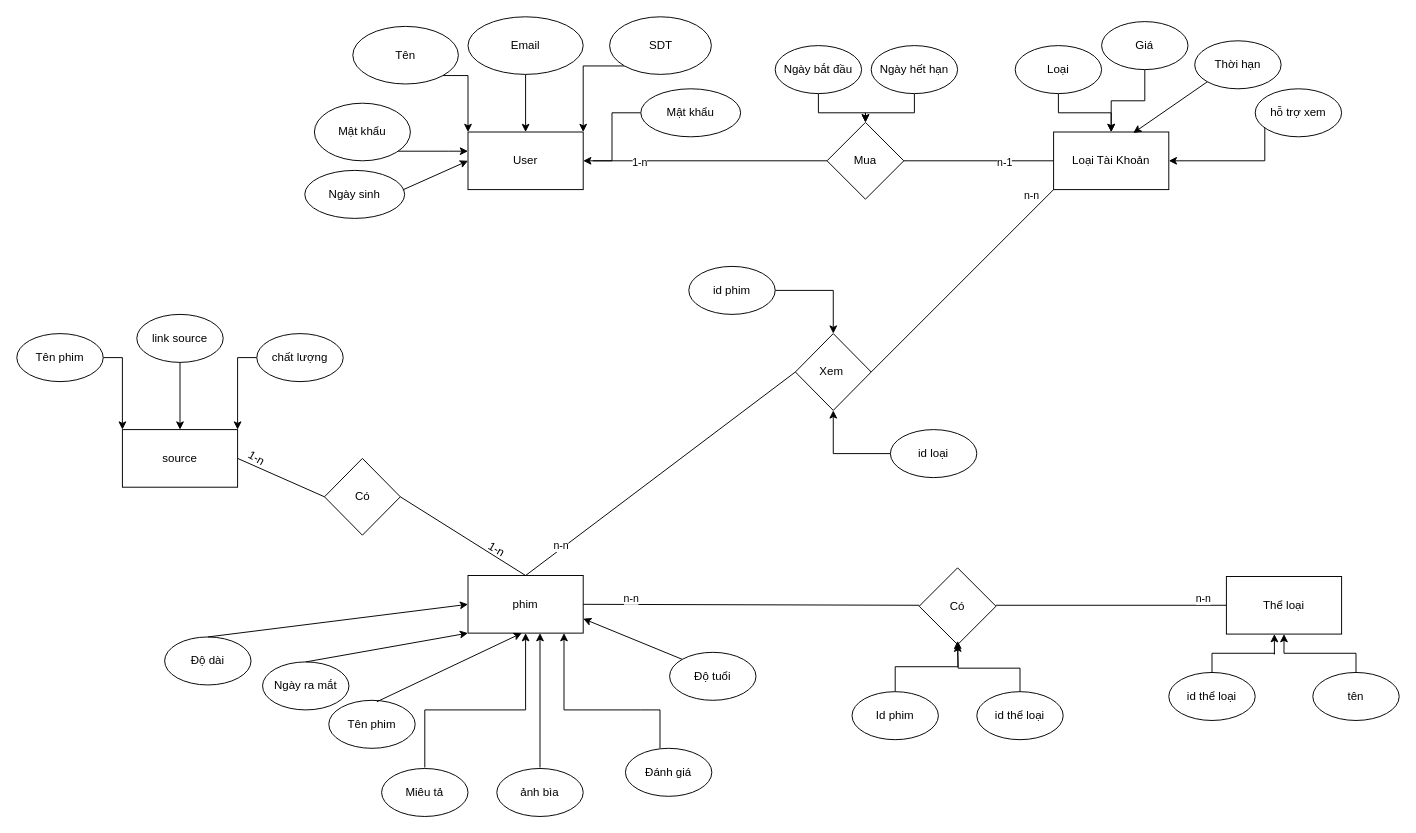
This is Biểu đồ không có tiêu đề.drawio from vule2303/Angular-JS-project, a draw.io file, before an edit. Source tidied: cells renumbered, new cells numbered last; positions are measured from the earlier drawing's top-left corner, leaving out a move shared by most shapes. Both pictures are drawn from the tidied source at 96%, with x=0, y=0 at pixel (16, 16).
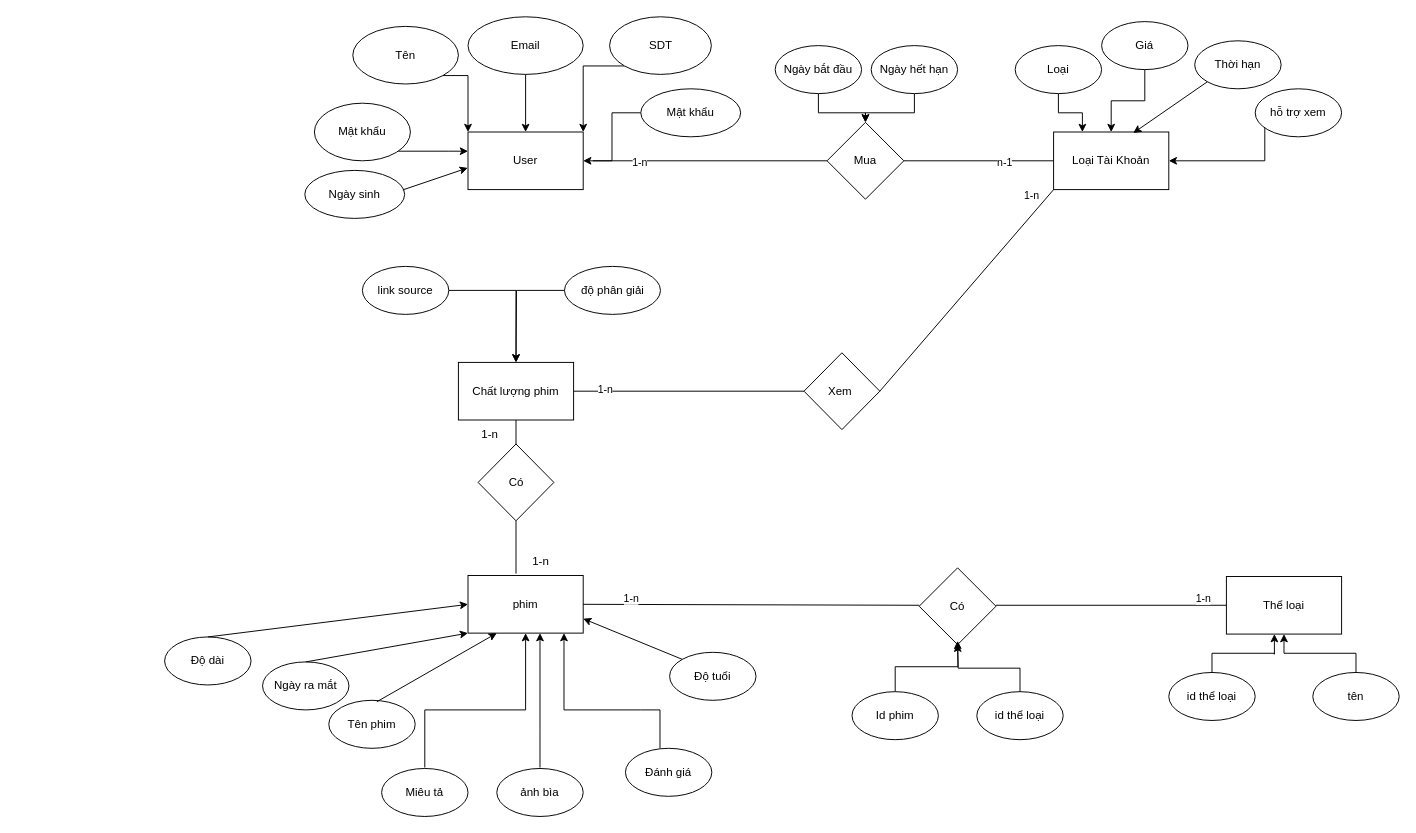
Above is the later version.

Commit message:
Cập nhật Biểu đồ không có tiêu đề.drawio

Unchanged cells that the change refers to:
```xml
<mxCell id="2" value="User" style="rounded=0;whiteSpace=wrap;html=1;" parent="1" vertex="1">
  <mxGeometry x="470" y="120" width="120" height="60" as="geometry" />
</mxCell>
<mxCell id="13" value="Ngày sinh" style="ellipse;whiteSpace=wrap;html=1;" parent="1" vertex="1">
  <mxGeometry x="300" y="160" width="104" height="50" as="geometry" />
</mxCell>
<mxCell id="15" value="Loại Tài Khoản" style="whiteSpace=wrap;html=1;rounded=0;" parent="1" vertex="1">
  <mxGeometry x="1080" y="120" width="120" height="60" as="geometry" />
</mxCell>
<mxCell id="26" value="Loại" style="ellipse;whiteSpace=wrap;html=1;" parent="1" vertex="1">
  <mxGeometry x="1040" y="30" width="90" height="50" as="geometry" />
</mxCell>
<mxCell id="33" style="group;" parent="1" vertex="1">
  <mxGeometry x="154" y="583" width="677" height="250" as="geometry" />
</mxCell>
<mxCell id="34" value="phim" style="rounded=0;whiteSpace=wrap;html=1;" parent="33" vertex="1">
  <mxGeometry x="316" y="-1" width="120" height="60" as="geometry" />
</mxCell>
<mxCell id="35" value="Tên phim" style="ellipse;whiteSpace=wrap;html=1;" parent="33" vertex="1">
  <mxGeometry x="171" y="129" width="90" height="50" as="geometry" />
</mxCell>
```

Change to the diagram source:
```diff
@@
-    <mxCell id="14" style="endArrow=classic;html=1;rounded=0;entryX=0;entryY=0.5;entryDx=0;entryDy=0;exitX=0.981;exitY=0.407;exitDx=0;exitDy=0;exitPerimeter=0;" parent="1" edge="1" source="13" target="2">
+    <mxCell id="14" style="endArrow=classic;html=1;rounded=0;entryX=-0.002;entryY=0.623;entryDx=0;entryDy=0;exitX=0.981;exitY=0.407;exitDx=0;exitDy=0;exitPerimeter=0;entryPerimeter=0;" parent="1" edge="1" source="13" target="2">
       <mxGeometry relative="1" as="geometry" />
     </mxCell>
@@
-    <mxCell id="25" style="edgeStyle=orthogonalEdgeStyle;rounded=0;jettySize=auto;html=1;" parent="1" edge="1" source="26" target="15">
+    <mxCell id="25" style="edgeStyle=orthogonalEdgeStyle;rounded=0;jettySize=auto;html=1;entryX=0.25;entryY=0;entryDx=0;entryDy=0;" parent="1" edge="1" source="26" target="15">
       <mxGeometry relative="1" as="geometry" />
     </mxCell>
@@
-    <mxCell id="48" style="endArrow=classic;html=1;rounded=0;exitX=0.556;exitY=0.03;exitDx=0;exitDy=0;exitPerimeter=0;" parent="33" edge="1" source="35">
-      <mxGeometry relative="1" as="geometry">
-        <mxPoint x="372" y="59" as="targetPoint" />
-      </mxGeometry>
+    <mxCell id="48" style="endArrow=classic;html=1;rounded=0;exitX=0.556;exitY=0.03;exitDx=0;exitDy=0;exitPerimeter=0;entryX=0.25;entryY=1;entryDx=0;entryDy=0;" parent="33" edge="1" source="35" target="34">
+      <mxGeometry relative="1" as="geometry" />
     </mxCell>
@@
-    <mxCell id="63" style="endArrow=none;html=1;rounded=0;exitX=0;exitY=0.5;exitDx=0;exitDy=0;entryX=0.5;entryY=0;entryDx=0;entryDy=0;" parent="1" edge="1" source="65" target="34">
+    <mxCell id="63" style="endArrow=none;html=1;rounded=0;exitX=0;exitY=0.5;exitDx=0;exitDy=0;entryX=1;entryY=0.5;entryDx=0;entryDy=0;" parent="1" edge="1" source="65" target="71">
       <mxGeometry relative="1" as="geometry" />
     </mxCell>
-    <mxCell id="64" value="n-n" style="edgeLabel;html=1;align=center;verticalAlign=middle;" parent="63" vertex="1">
+    <mxCell id="64" value="1-n" style="edgeLabel;html=1;align=center;verticalAlign=middle;" parent="63" vertex="1">
       <mxGeometry x="0.73" y="-3" relative="1" as="geometry" />
     </mxCell>
     <mxCell id="65" value="Xem&amp;nbsp;" style="rhombus;whiteSpace=wrap;html=1;" parent="1" vertex="1">
-      <mxGeometry x="811" y="330" width="79" height="80" as="geometry" />
+      <mxGeometry x="820" y="350" width="79" height="80" as="geometry" />
     </mxCell>
@@
-    <mxCell id="67" style="edgeStyle=orthogonalEdgeStyle;rounded=0;jettySize=auto;html=1;" parent="1" edge="1" source="68" target="65">
-      <mxGeometry relative="1" as="geometry" />
-    </mxCell>
-    <mxCell id="68" value="id phim" style="ellipse;whiteSpace=wrap;html=1;" parent="1" vertex="1">
-      <mxGeometry x="700" y="260" width="90" height="50" as="geometry" />
-    </mxCell>
-    <mxCell id="69" style="edgeStyle=orthogonalEdgeStyle;rounded=0;jettySize=auto;html=1;entryX=0.5;entryY=1;entryDx=0;entryDy=0;" parent="1" edge="1" source="70" target="65">
-      <mxGeometry relative="1" as="geometry" />
-    </mxCell>
-    <mxCell id="70" value="id loại" style="ellipse;whiteSpace=wrap;html=1;" parent="1" vertex="1">
-      <mxGeometry x="910" y="430" width="90" height="50" as="geometry" />
-    </mxCell>
-    <mxCell id="71" value="source" style="rounded=0;whiteSpace=wrap;html=1;" parent="1" vertex="1">
-      <mxGeometry x="110" y="430" width="120" height="60" as="geometry" />
-    </mxCell>
     <mxCell id="72" value="Có" style="rhombus;whiteSpace=wrap;html=1;" parent="1" vertex="1">
-      <mxGeometry x="320.5" y="460" width="79" height="80" as="geometry" />
+      <mxGeometry x="480.5" y="445" width="79" height="80" as="geometry" />
     </mxCell>
-    <mxCell id="73" style="endArrow=none;html=1;rounded=0;exitX=1;exitY=0.5;exitDx=0;exitDy=0;entryX=0;entryY=0.5;entryDx=0;entryDy=0;" parent="1" edge="1" source="71" target="72">
+    <mxCell id="73" style="endArrow=none;html=1;rounded=0;entryX=0.5;entryY=0;entryDx=0;entryDy=0;exitX=0.5;exitY=1;exitDx=0;exitDy=0;" parent="1" edge="1" source="71" target="72">
       <mxGeometry relative="1" as="geometry" />
     </mxCell>
-    <mxCell id="74" style="endArrow=none;html=1;rounded=0;exitX=1;exitY=0.5;exitDx=0;exitDy=0;entryX=0.5;entryY=0;entryDx=0;entryDy=0;" parent="1" edge="1" source="72" target="34">
-      <mxGeometry relative="1" as="geometry" />
+    <mxCell id="74" style="endArrow=none;html=1;rounded=0;exitX=0.5;exitY=1;exitDx=0;exitDy=0;" parent="1" edge="1" source="72">
+      <mxGeometry relative="1" as="geometry">
+        <mxPoint x="520" y="580" as="targetPoint" />
+      </mxGeometry>
     </mxCell>
-    <mxCell id="75" value="1-n" style="text;html=1;strokeColor=none;fillColor=none;align=center;verticalAlign=middle;whiteSpace=wrap;rounded=0;rotation=30;" parent="1" vertex="1">
-      <mxGeometry x="470" y="540" width="60" height="30" as="geometry" />
-    </mxCell>
-    <mxCell id="76" value="n-n" style="edgeLabel;html=1;align=center;verticalAlign=middle;" parent="1" vertex="1">
+    <mxCell id="76" value="1-n" style="edgeLabel;html=1;align=center;verticalAlign=middle;" parent="1" vertex="1">
       <mxGeometry x="575.5" y="561.5" as="geometry">
         <mxPoint x="481" y="-376" as="offset" />
       </mxGeometry>
     </mxCell>
-    <mxCell id="77" value="n-n" style="edgeLabel;html=1;align=center;verticalAlign=middle;" parent="1" vertex="1">
+    <mxCell id="77" value="1-n" style="edgeLabel;html=1;align=center;verticalAlign=middle;" parent="1" vertex="1">
       <mxGeometry x="575.7" y="561.3" as="geometry">
         <mxPoint x="64" y="44" as="offset" />
       </mxGeometry>
     </mxCell>
-    <mxCell id="78" value="n-n" style="edgeLabel;html=1;align=center;verticalAlign=middle;" parent="1" vertex="1">
+    <mxCell id="78" value="1-n" style="edgeLabel;html=1;align=center;verticalAlign=middle;" parent="1" vertex="1">
       <mxGeometry x="585.7" y="571.3" as="geometry">
         <mxPoint x="650" y="34" as="offset" />
       </mxGeometry>
     </mxCell>
-    <mxCell id="79" style="edgeStyle=orthogonalEdgeStyle;rounded=0;jettySize=auto;html=1;entryX=0;entryY=0;entryDx=0;entryDy=0;" parent="1" edge="1" source="80" target="71">
-      <mxGeometry relative="1" as="geometry" />
-    </mxCell>
-    <mxCell id="80" value="Tên phim" style="ellipse;whiteSpace=wrap;html=1;" parent="1" vertex="1">
-      <mxGeometry y="330" width="90" height="50" as="geometry" />
-    </mxCell>
+    <mxCell id="86" style="group;" parent="1" vertex="1">
+      <mxGeometry x="360" y="260" width="310.5" height="160" as="geometry" />
+    </mxCell>
+    <mxCell id="71" value="Chất lượng phim" style="rounded=0;whiteSpace=wrap;html=1;" parent="86" vertex="1">
+      <mxGeometry x="100" y="100" width="120" height="60" as="geometry" />
+    </mxCell>
-    <mxCell id="81" style="edgeStyle=orthogonalEdgeStyle;rounded=0;jettySize=auto;html=1;entryX=0.5;entryY=0;entryDx=0;entryDy=0;" parent="1" edge="1" source="82" target="71">
+    <mxCell id="81" style="edgeStyle=orthogonalEdgeStyle;rounded=0;jettySize=auto;html=1;entryX=0.5;entryY=0;entryDx=0;entryDy=0;" parent="86" edge="1" source="82" target="71">
       <mxGeometry relative="1" as="geometry" />
     </mxCell>
-    <mxCell id="82" value="link source" style="ellipse;whiteSpace=wrap;html=1;" parent="1" vertex="1">
-      <mxGeometry x="125" y="310" width="90" height="50" as="geometry" />
+    <mxCell id="82" value="link source" style="ellipse;whiteSpace=wrap;html=1;" parent="86" vertex="1">
+      <mxGeometry width="90" height="50" as="geometry" />
     </mxCell>
-    <mxCell id="83" style="edgeStyle=orthogonalEdgeStyle;rounded=0;jettySize=auto;html=1;entryX=1;entryY=0;entryDx=0;entryDy=0;" parent="1" edge="1" source="84" target="71">
-      <mxGeometry relative="1" as="geometry" />
-    </mxCell>
+    <mxCell id="87" style="edgeStyle=orthogonalEdgeStyle;rounded=0;jettySize=auto;html=1;" parent="86" edge="1" source="84">
+      <mxGeometry relative="1" as="geometry">
+        <mxPoint x="160" y="100" as="targetPoint" />
+      </mxGeometry>
+    </mxCell>
-    <mxCell id="84" value="chất lượng" style="ellipse;whiteSpace=wrap;html=1;" parent="1" vertex="1">
-      <mxGeometry x="250" y="330" width="90" height="50" as="geometry" />
+    <mxCell id="84" value="độ phân giải" style="ellipse;whiteSpace=wrap;html=1;" parent="86" vertex="1">
+      <mxGeometry x="210.5" width="100" height="50" as="geometry" />
     </mxCell>
-    <mxCell id="85" value="1-n" style="text;html=1;strokeColor=none;fillColor=none;align=center;verticalAlign=middle;whiteSpace=wrap;rounded=0;rotation=30;" parent="1" vertex="1">
-      <mxGeometry x="220" y="445" width="60" height="30" as="geometry" />
-    </mxCell>
+    <mxCell id="88" value="1-n" style="text;html=1;strokeColor=none;fillColor=none;align=center;verticalAlign=middle;whiteSpace=wrap;rounded=0;" parent="1" vertex="1">
+      <mxGeometry x="515.7" y="553" width="60" height="30" as="geometry" />
+    </mxCell>
+    <mxCell id="89" value="1-n" style="text;html=1;strokeColor=none;fillColor=none;align=center;verticalAlign=middle;whiteSpace=wrap;rounded=0;" parent="1" vertex="1">
+      <mxGeometry x="462.5" y="420" width="60" height="30" as="geometry" />
+    </mxCell>
```
